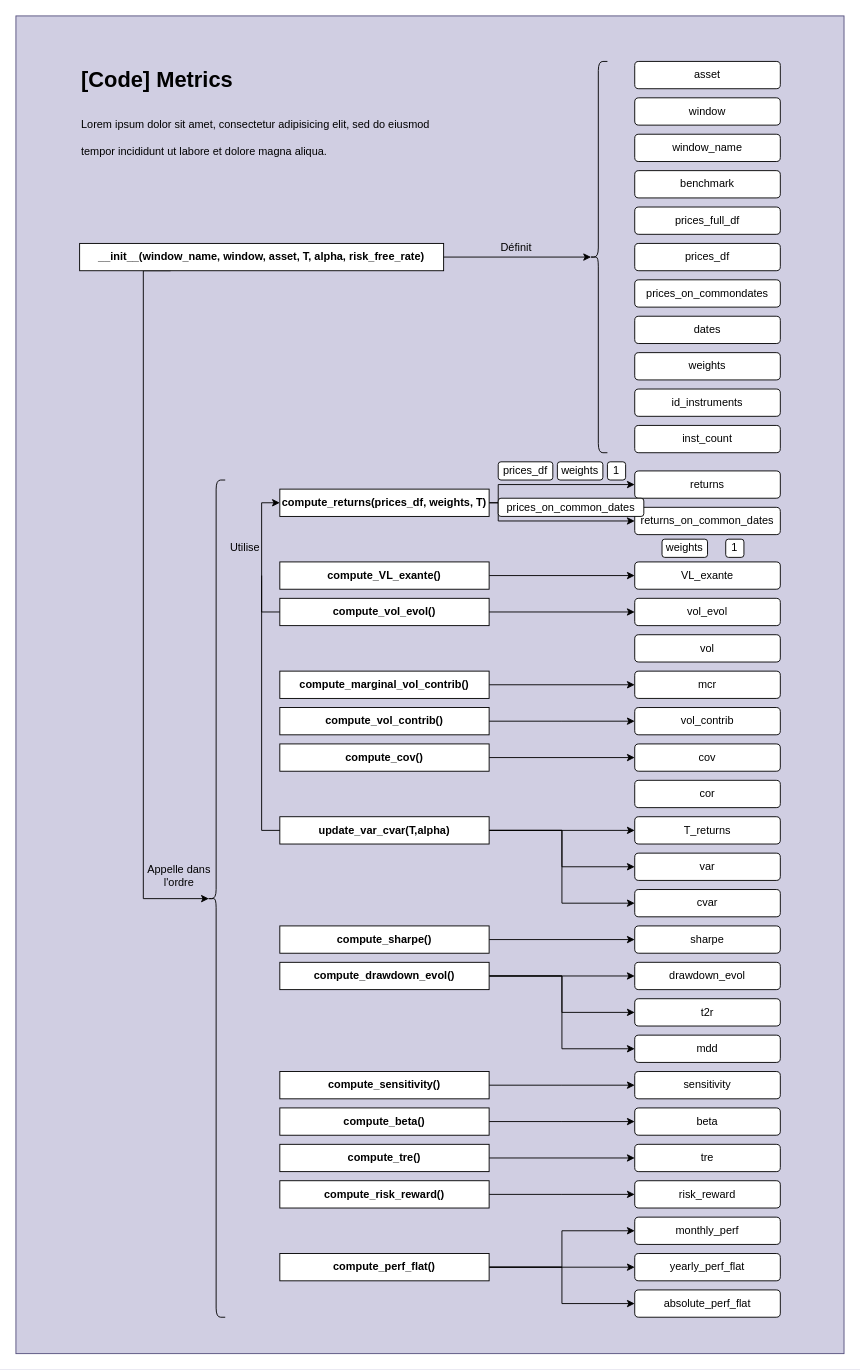
Above: Metrics.drawio in salimelouahdani/DrawIO (draw.io), before the change. Source tidied: cells renumbered, new cells numbered last; positions are measured from the earlier drawing's top-left corner, leaving out a move shared by most shapes. Both pictures are drawn from the tidied source at 91%, with x=0, y=0 at pixel (15, 15).
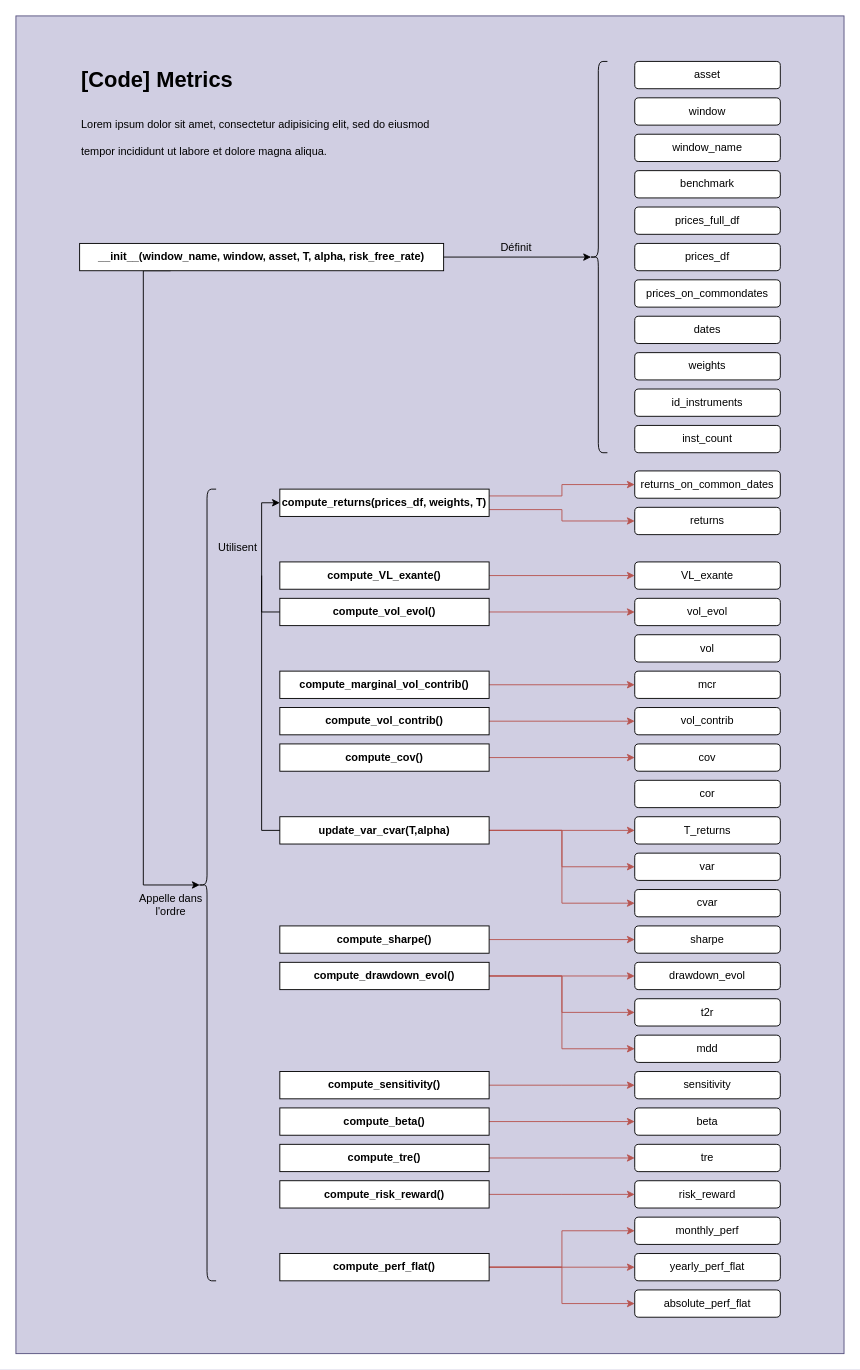
After the change.

Commit message:
Mettre à jour Metrics.drawio

The change refers to these unchanged cells:
```xml
<mxCell id="5" value="&lt;b&gt;compute_returns(prices_df, weights, T)&lt;/b&gt;" style="rounded=0;whiteSpace=wrap;html=1;" parent="1" vertex="1">
<mxCell id="7" value="&lt;b&gt;compute_VL_exante()&lt;/b&gt;" style="rounded=0;whiteSpace=wrap;html=1;" parent="1" vertex="1">
<mxCell id="10" value="&lt;b&gt;compute_vol_evol()&lt;/b&gt;" style="rounded=0;whiteSpace=wrap;html=1;" parent="1" vertex="1">
<mxCell id="12" value="&lt;b&gt;compute_marginal_vol_contrib()&lt;/b&gt;" style="rounded=0;whiteSpace=wrap;html=1;" parent="1" vertex="1">
<mxCell id="14" value="&lt;b&gt;compute_vol_contrib()&lt;/b&gt;" style="rounded=0;whiteSpace=wrap;html=1;" parent="1" vertex="1">
<mxCell id="18" value="&lt;b&gt;update_var_cvar(T,alpha)&lt;/b&gt;" style="rounded=0;whiteSpace=wrap;html=1;" parent="1" vertex="1">
<mxCell id="20" value="&lt;b&gt;compute_sharpe()&lt;/b&gt;" style="rounded=0;whiteSpace=wrap;html=1;" parent="1" vertex="1">
<mxCell id="24" value="&lt;b&gt;compute_drawdown_evol()&lt;/b&gt;" style="rounded=0;whiteSpace=wrap;html=1;" parent="1" vertex="1">
<mxCell id="26" value="&lt;b&gt;compute_sensitivity()&lt;/b&gt;" style="rounded=0;whiteSpace=wrap;html=1;" parent="1" vertex="1">
<mxCell id="28" value="&lt;b&gt;compute_beta()&lt;/b&gt;" style="rounded=0;whiteSpace=wrap;html=1;" parent="1" vertex="1">
<mxCell id="30" value="&lt;b&gt;compute_tre()&lt;/b&gt;" style="rounded=0;whiteSpace=wrap;html=1;" parent="1" vertex="1">
<mxCell id="32" value="&lt;b&gt;compute_risk_reward()&lt;/b&gt;" style="rounded=0;whiteSpace=wrap;html=1;" parent="1" vertex="1">
<mxCell id="36" value="&lt;b&gt;compute_perf_flat()&lt;/b&gt;" style="rounded=0;whiteSpace=wrap;html=1;" parent="1" vertex="1">
<mxCell id="38" value="&lt;b&gt;compute_cov()&lt;/b&gt;" style="rounded=0;whiteSpace=wrap;html=1;" parent="1" vertex="1">
<mxCell id="40" value="&lt;b&gt;__init__(window_name, window, asset, T, alpha, risk_free_rate)&lt;/b&gt;" style="rounded=0;whiteSpace=wrap;html=1;" parent="1" vertex="1">
<mxCell id="44" value="VL_exante" style="rounded=1;whiteSpace=wrap;html=1;" parent="1" vertex="1">
<mxCell id="45" value="cov" style="rounded=1;whiteSpace=wrap;html=1;" parent="1" vertex="1">
<mxCell id="48" value="vol_evol" style="rounded=1;whiteSpace=wrap;html=1;" parent="1" vertex="1">
<mxCell id="49" value="mcr" style="rounded=1;whiteSpace=wrap;html=1;" parent="1" vertex="1">
<mxCell id="51" value="T_returns" style="rounded=1;whiteSpace=wrap;html=1;" parent="1" vertex="1">
<mxCell id="52" value="drawdown_evol" style="rounded=1;whiteSpace=wrap;html=1;" parent="1" vertex="1">
<mxCell id="53" value="t2r" style="rounded=1;whiteSpace=wrap;html=1;" parent="1" vertex="1">
<mxCell id="54" value="mdd" style="rounded=1;whiteSpace=wrap;html=1;" parent="1" vertex="1">
<mxCell id="57" value="tre" style="rounded=1;whiteSpace=wrap;html=1;" parent="1" vertex="1">
<mxCell id="59" value="monthly_perf" style="rounded=1;whiteSpace=wrap;html=1;" parent="1" vertex="1">
<mxCell id="60" value="yearly_perf_flat" style="rounded=1;whiteSpace=wrap;html=1;" parent="1" vertex="1">
<mxCell id="61" value="absolute_perf_flat" style="rounded=1;whiteSpace=wrap;html=1;" parent="1" vertex="1">
<mxCell id="63" value="cvar" style="rounded=1;whiteSpace=wrap;html=1;" parent="1" vertex="1">
<mxCell id="64" value="var" style="rounded=1;whiteSpace=wrap;html=1;" parent="1" vertex="1">
<mxCell id="65" value="sharpe" style="rounded=1;whiteSpace=wrap;html=1;" parent="1" vertex="1">
```

Diff of the diagram source:
```diff
@@
-    <mxCell id="3" style="edgeStyle=orthogonalEdgeStyle;rounded=0;jettySize=auto;html=1;entryX=0;entryY=0.5;entryDx=0;entryDy=0;" parent="1" edge="1" source="5" target="42">
-      <mxGeometry relative="1" as="geometry">
-        <Array as="points">
-          <mxPoint x="530" y="535" />
-          <mxPoint x="530" y="515" />
-        </Array>
-      </mxGeometry>
+    <mxCell id="3" style="edgeStyle=orthogonalEdgeStyle;rounded=0;jettySize=auto;html=1;exitX=1;exitY=0.25;exitDx=0;exitDy=0;entryX=0;entryY=0.5;entryDx=0;entryDy=0;fontColor=#FFE6CC;fillColor=#f8cecc;strokeColor=#b85450;" parent="1" edge="1" source="5" target="42">
+      <mxGeometry relative="1" as="geometry" />
     </mxCell>
-    <mxCell id="4" style="edgeStyle=orthogonalEdgeStyle;rounded=0;jettySize=auto;html=1;entryX=0;entryY=0.5;entryDx=0;entryDy=0;" parent="1" edge="1" source="5" target="43">
-      <mxGeometry relative="1" as="geometry">
-        <Array as="points">
-          <mxPoint x="530" y="535" />
-          <mxPoint x="530" y="555" />
-        </Array>
-      </mxGeometry>
+    <mxCell id="4" style="edgeStyle=orthogonalEdgeStyle;rounded=0;jettySize=auto;html=1;exitX=1;exitY=0.75;exitDx=0;exitDy=0;entryX=0;entryY=0.5;entryDx=0;entryDy=0;fontColor=#FFE6CC;fillColor=#f8cecc;strokeColor=#b85450;" parent="1" edge="1" source="5" target="43">
+      <mxGeometry relative="1" as="geometry" />
     </mxCell>
@@
-    <mxCell id="6" style="edgeStyle=orthogonalEdgeStyle;rounded=0;jettySize=auto;html=1;entryX=0;entryY=0.5;entryDx=0;entryDy=0;" parent="1" edge="1" source="7" target="44">
+    <mxCell id="6" style="edgeStyle=orthogonalEdgeStyle;rounded=0;jettySize=auto;html=1;entryX=0;entryY=0.5;entryDx=0;entryDy=0;fontColor=#FFE6CC;fillColor=#f8cecc;strokeColor=#b85450;" parent="1" edge="1" source="7" target="44">
       <mxGeometry relative="1" as="geometry" />
     </mxCell>
@@
-    <mxCell id="9" style="edgeStyle=orthogonalEdgeStyle;rounded=0;jettySize=auto;html=1;entryX=0;entryY=0.5;entryDx=0;entryDy=0;" parent="1" edge="1" source="10" target="48">
+    <mxCell id="9" style="edgeStyle=orthogonalEdgeStyle;rounded=0;jettySize=auto;html=1;entryX=0;entryY=0.5;entryDx=0;entryDy=0;fontColor=#FFE6CC;fillColor=#f8cecc;strokeColor=#b85450;" parent="1" edge="1" source="10" target="48">
       <mxGeometry relative="1" as="geometry" />
     </mxCell>
@@
-    <mxCell id="11" style="edgeStyle=orthogonalEdgeStyle;rounded=0;jettySize=auto;html=1;entryX=0;entryY=0.5;entryDx=0;entryDy=0;" parent="1" edge="1" source="12" target="49">
+    <mxCell id="11" style="edgeStyle=orthogonalEdgeStyle;rounded=0;jettySize=auto;html=1;entryX=0;entryY=0.5;entryDx=0;entryDy=0;fontColor=#FFE6CC;fillColor=#f8cecc;strokeColor=#b85450;" parent="1" edge="1" source="12" target="49">
       <mxGeometry relative="1" as="geometry" />
     </mxCell>
@@
-    <mxCell id="13" style="edgeStyle=orthogonalEdgeStyle;rounded=0;jettySize=auto;html=1;" parent="1" edge="1" source="14">
+    <mxCell id="13" style="edgeStyle=orthogonalEdgeStyle;rounded=0;jettySize=auto;html=1;fontColor=#FFE6CC;fillColor=#f8cecc;strokeColor=#b85450;" parent="1" edge="1" source="14">
       <mxGeometry relative="1" as="geometry">
         <mxPoint x="680" y="775" as="targetPoint" />
       </mxGeometry>
     </mxCell>
@@
-    <mxCell id="15" style="edgeStyle=orthogonalEdgeStyle;rounded=0;jettySize=auto;html=1;entryX=0;entryY=0.5;entryDx=0;entryDy=0;" parent="1" edge="1" source="18" target="51">
+    <mxCell id="15" style="edgeStyle=orthogonalEdgeStyle;rounded=0;jettySize=auto;html=1;entryX=0;entryY=0.5;entryDx=0;entryDy=0;fontColor=#FFE6CC;fillColor=#f8cecc;strokeColor=#b85450;" parent="1" edge="1" source="18" target="51">
       <mxGeometry relative="1" as="geometry" />
     </mxCell>
-    <mxCell id="16" style="edgeStyle=orthogonalEdgeStyle;rounded=0;jettySize=auto;html=1;entryX=0;entryY=0.5;entryDx=0;entryDy=0;" parent="1" edge="1" source="18" target="64">
+    <mxCell id="16" style="edgeStyle=orthogonalEdgeStyle;rounded=0;jettySize=auto;html=1;entryX=0;entryY=0.5;entryDx=0;entryDy=0;fontColor=#FFE6CC;fillColor=#f8cecc;strokeColor=#b85450;" parent="1" edge="1" source="18" target="64">
       <mxGeometry relative="1" as="geometry" />
     </mxCell>
-    <mxCell id="17" style="edgeStyle=orthogonalEdgeStyle;rounded=0;jettySize=auto;html=1;entryX=0;entryY=0.5;entryDx=0;entryDy=0;" parent="1" edge="1" source="18" target="63">
+    <mxCell id="17" style="edgeStyle=orthogonalEdgeStyle;rounded=0;jettySize=auto;html=1;entryX=0;entryY=0.5;entryDx=0;entryDy=0;fontColor=#FFE6CC;fillColor=#f8cecc;strokeColor=#b85450;" parent="1" edge="1" source="18" target="63">
       <mxGeometry relative="1" as="geometry" />
     </mxCell>
@@
-    <mxCell id="19" style="edgeStyle=orthogonalEdgeStyle;rounded=0;jettySize=auto;html=1;entryX=0;entryY=0.5;entryDx=0;entryDy=0;" parent="1" edge="1" source="20" target="65">
+    <mxCell id="19" style="edgeStyle=orthogonalEdgeStyle;rounded=0;jettySize=auto;html=1;entryX=0;entryY=0.5;entryDx=0;entryDy=0;fontColor=#FFE6CC;fillColor=#f8cecc;strokeColor=#b85450;" parent="1" edge="1" source="20" target="65">
       <mxGeometry relative="1" as="geometry" />
     </mxCell>
@@
-    <mxCell id="21" style="edgeStyle=orthogonalEdgeStyle;rounded=0;jettySize=auto;html=1;entryX=0;entryY=0.5;entryDx=0;entryDy=0;" parent="1" edge="1" source="24" target="52">
+    <mxCell id="21" style="edgeStyle=orthogonalEdgeStyle;rounded=0;jettySize=auto;html=1;entryX=0;entryY=0.5;entryDx=0;entryDy=0;fontColor=#FFE6CC;fillColor=#f8cecc;strokeColor=#b85450;" parent="1" edge="1" source="24" target="52">
       <mxGeometry relative="1" as="geometry" />
     </mxCell>
-    <mxCell id="22" style="edgeStyle=orthogonalEdgeStyle;rounded=0;jettySize=auto;html=1;entryX=0;entryY=0.5;entryDx=0;entryDy=0;" parent="1" edge="1" source="24" target="53">
+    <mxCell id="22" style="edgeStyle=orthogonalEdgeStyle;rounded=0;jettySize=auto;html=1;entryX=0;entryY=0.5;entryDx=0;entryDy=0;fontColor=#FFE6CC;fillColor=#f8cecc;strokeColor=#b85450;" parent="1" edge="1" source="24" target="53">
       <mxGeometry relative="1" as="geometry">
         <Array as="points">
           <mxPoint x="600" y="1055" />
           <mxPoint x="600" y="1095" />
         </Array>
       </mxGeometry>
     </mxCell>
-    <mxCell id="23" style="edgeStyle=orthogonalEdgeStyle;rounded=0;jettySize=auto;html=1;entryX=0;entryY=0.5;entryDx=0;entryDy=0;" parent="1" edge="1" source="24" target="54">
+    <mxCell id="23" style="edgeStyle=orthogonalEdgeStyle;rounded=0;jettySize=auto;html=1;entryX=0;entryY=0.5;entryDx=0;entryDy=0;fontColor=#FFE6CC;fillColor=#f8cecc;strokeColor=#b85450;" parent="1" edge="1" source="24" target="54">
       <mxGeometry relative="1" as="geometry" />
     </mxCell>
@@
-    <mxCell id="25" style="edgeStyle=orthogonalEdgeStyle;rounded=0;jettySize=auto;html=1;" parent="1" edge="1" source="26">
+    <mxCell id="25" style="edgeStyle=orthogonalEdgeStyle;rounded=0;jettySize=auto;html=1;fontColor=#FFE6CC;fillColor=#f8cecc;strokeColor=#b85450;" parent="1" edge="1" source="26">
       <mxGeometry relative="1" as="geometry">
         <mxPoint x="680" y="1175" as="targetPoint" />
       </mxGeometry>
     </mxCell>
@@
-    <mxCell id="27" style="edgeStyle=orthogonalEdgeStyle;rounded=0;jettySize=auto;html=1;" parent="1" edge="1" source="28">
+    <mxCell id="27" style="edgeStyle=orthogonalEdgeStyle;rounded=0;jettySize=auto;html=1;fontColor=#FFE6CC;fillColor=#f8cecc;strokeColor=#b85450;" parent="1" edge="1" source="28">
       <mxGeometry relative="1" as="geometry">
         <mxPoint x="680" y="1215" as="targetPoint" />
       </mxGeometry>
     </mxCell>
@@
-    <mxCell id="29" style="edgeStyle=orthogonalEdgeStyle;rounded=0;jettySize=auto;html=1;entryX=0;entryY=0.5;entryDx=0;entryDy=0;" parent="1" edge="1" source="30" target="57">
+    <mxCell id="29" style="edgeStyle=orthogonalEdgeStyle;rounded=0;jettySize=auto;html=1;entryX=0;entryY=0.5;entryDx=0;entryDy=0;fontColor=#FFE6CC;fillColor=#f8cecc;strokeColor=#b85450;" parent="1" edge="1" source="30" target="57">
       <mxGeometry relative="1" as="geometry" />
     </mxCell>
@@
-    <mxCell id="31" style="edgeStyle=orthogonalEdgeStyle;rounded=0;jettySize=auto;html=1;" parent="1" edge="1" source="32">
+    <mxCell id="31" style="edgeStyle=orthogonalEdgeStyle;rounded=0;jettySize=auto;html=1;fontColor=#FFE6CC;fillColor=#f8cecc;strokeColor=#b85450;" parent="1" edge="1" source="32">
       <mxGeometry relative="1" as="geometry">
         <mxPoint x="680" y="1295" as="targetPoint" />
       </mxGeometry>
     </mxCell>
@@
-    <mxCell id="33" style="edgeStyle=orthogonalEdgeStyle;rounded=0;jettySize=auto;html=1;" parent="1" edge="1" source="36" target="60">
+    <mxCell id="33" style="edgeStyle=orthogonalEdgeStyle;rounded=0;jettySize=auto;html=1;fontColor=#FFE6CC;fillColor=#f8cecc;strokeColor=#b85450;" parent="1" edge="1" source="36" target="60">
       <mxGeometry relative="1" as="geometry" />
     </mxCell>
-    <mxCell id="34" style="edgeStyle=orthogonalEdgeStyle;rounded=0;jettySize=auto;html=1;entryX=0;entryY=0.5;entryDx=0;entryDy=0;" parent="1" edge="1" source="36" target="59">
+    <mxCell id="34" style="edgeStyle=orthogonalEdgeStyle;rounded=0;jettySize=auto;html=1;entryX=0;entryY=0.5;entryDx=0;entryDy=0;fontColor=#FFE6CC;fillColor=#f8cecc;strokeColor=#b85450;" parent="1" edge="1" source="36" target="59">
       <mxGeometry relative="1" as="geometry" />
     </mxCell>
-    <mxCell id="35" style="edgeStyle=orthogonalEdgeStyle;rounded=0;jettySize=auto;html=1;entryX=0;entryY=0.5;entryDx=0;entryDy=0;" parent="1" edge="1" source="36" target="61">
+    <mxCell id="35" style="edgeStyle=orthogonalEdgeStyle;rounded=0;jettySize=auto;html=1;entryX=0;entryY=0.5;entryDx=0;entryDy=0;fontColor=#FFE6CC;fillColor=#f8cecc;strokeColor=#b85450;" parent="1" edge="1" source="36" target="61">
       <mxGeometry relative="1" as="geometry" />
     </mxCell>
@@
-    <mxCell id="37" style="edgeStyle=orthogonalEdgeStyle;rounded=0;jettySize=auto;html=1;entryX=0;entryY=0.5;entryDx=0;entryDy=0;" parent="1" edge="1" source="38" target="45">
+    <mxCell id="37" style="edgeStyle=orthogonalEdgeStyle;rounded=0;jettySize=auto;html=1;entryX=0;entryY=0.5;entryDx=0;entryDy=0;fontColor=#FFE6CC;fillColor=#f8cecc;strokeColor=#b85450;" parent="1" edge="1" source="38" target="45">
       <mxGeometry relative="1" as="geometry" />
     </mxCell>
@@
     <mxCell id="39" style="edgeStyle=orthogonalEdgeStyle;rounded=0;jettySize=auto;html=1;exitX=0.25;exitY=1;exitDx=0;exitDy=0;entryX=0.1;entryY=0.5;entryDx=0;entryDy=0;entryPerimeter=0;" parent="1" edge="1" source="40" target="66">
       <mxGeometry relative="1" as="geometry">
         <Array as="points">
-          <mxPoint x="140" y="970" />
+          <mxPoint x="140" y="280" />
+          <mxPoint x="140" y="955" />
         </Array>
       </mxGeometry>
     </mxCell>
@@
-    <mxCell id="41" value="Utilise" style="text;html=1;align=center;verticalAlign=middle;whiteSpace=wrap;rounded=0;" parent="1" vertex="1">
-      <mxGeometry x="222" y="570" width="60" height="30" as="geometry" />
+    <mxCell id="41" value="Utilisent" style="text;html=1;align=center;verticalAlign=middle;whiteSpace=wrap;rounded=0;" parent="1" vertex="1">
+      <mxGeometry x="214" y="570" width="60" height="30" as="geometry" />
     </mxCell>
-    <mxCell id="42" value="returns" style="rounded=1;whiteSpace=wrap;html=1;" parent="1" vertex="1">
+    <mxCell id="42" value="returns_on_common_dates" style="rounded=1;whiteSpace=wrap;html=1;" parent="1" vertex="1">
       <mxGeometry x="680" y="500" width="160" height="30" as="geometry" />
     </mxCell>
-    <mxCell id="43" value="returns_on_common_dates" style="rounded=1;whiteSpace=wrap;html=1;" parent="1" vertex="1">
+    <mxCell id="43" value="returns" style="rounded=1;whiteSpace=wrap;html=1;" parent="1" vertex="1">
       <mxGeometry x="680" y="540" width="160" height="30" as="geometry" />
     </mxCell>
@@
     <mxCell id="66" style="shape=curlyBracket;whiteSpace=wrap;html=1;rounded=1;labelPosition=left;verticalLabelPosition=middle;align=right;verticalAlign=middle;" parent="1" vertex="1">
-      <mxGeometry x="210" y="510" width="20" height="920" as="geometry" />
+      <mxGeometry x="200" y="520" width="20" height="870" as="geometry" />
     </mxCell>
     <mxCell id="67" value="Appelle dans l'ordre" style="text;html=1;align=center;verticalAlign=middle;whiteSpace=wrap;rounded=0;" parent="1" vertex="1">
-      <mxGeometry x="129" y="930" width="101" height="30" as="geometry" />
+      <mxGeometry x="120" y="962" width="101" height="30" as="geometry" />
     </mxCell>
@@
-    <mxCell id="83" value="prices_df" style="rounded=1;whiteSpace=wrap;html=1;" parent="1" vertex="1">
-      <mxGeometry x="530" y="490" width="60" height="20" as="geometry" />
-    </mxCell>
-    <mxCell id="84" value="weights" style="rounded=1;whiteSpace=wrap;html=1;" parent="1" vertex="1">
-      <mxGeometry x="595" y="490" width="50" height="20" as="geometry" />
-    </mxCell>
-    <mxCell id="85" value="1" style="rounded=1;whiteSpace=wrap;html=1;" parent="1" vertex="1">
-      <mxGeometry x="650" y="490" width="20" height="20" as="geometry" />
-    </mxCell>
-    <mxCell id="86" value="prices_on_common_dates" style="rounded=1;whiteSpace=wrap;html=1;" parent="1" vertex="1">
-      <mxGeometry x="530" y="530" width="160" height="20" as="geometry" />
-    </mxCell>
-    <mxCell id="87" value="weights" style="rounded=1;whiteSpace=wrap;html=1;" parent="1" vertex="1">
-      <mxGeometry x="710" y="575" width="50" height="20" as="geometry" />
-    </mxCell>
-    <mxCell id="88" value="1" style="rounded=1;whiteSpace=wrap;html=1;" parent="1" vertex="1">
-      <mxGeometry x="780" y="575" width="20" height="20" as="geometry" />
-    </mxCell>
```
